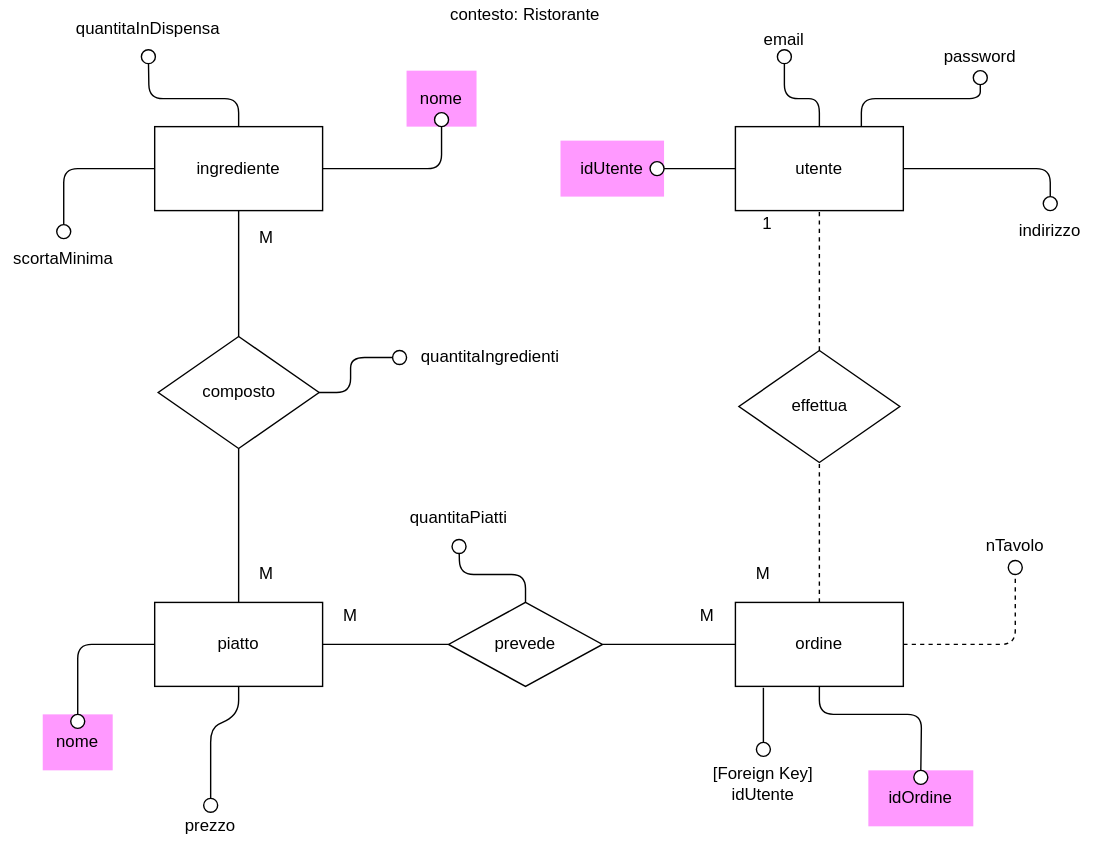
The draw.io diagram E-R_diagram.svg in Santeenee/ExamProject, before a commit. Source tidied: cells renumbered, new cells last; positions are measured from the earlier drawing's top-left corner, leaving out a move shared by most shapes.
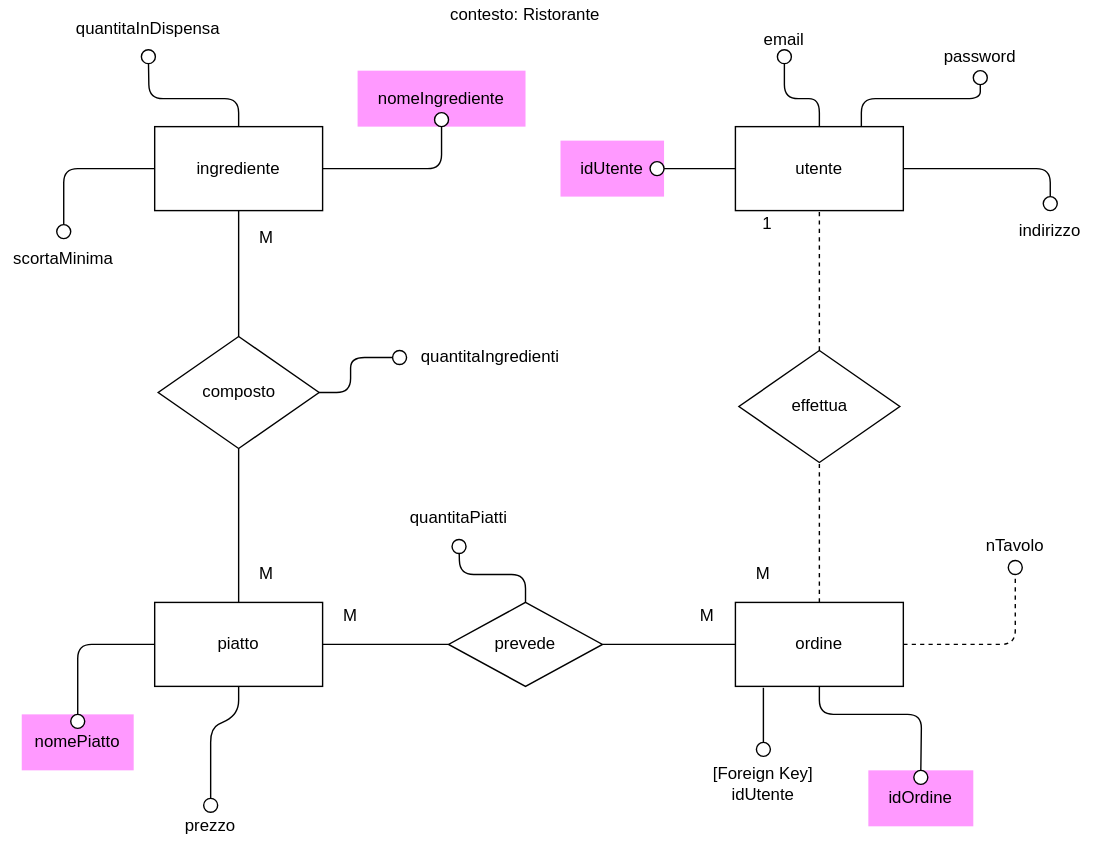
Above is the later version.

Diff of the diagram source:
```diff
@@ -32,8 +32,8 @@
     <mxCell id="11" value="quantitaIngredienti" style="text;html=1;strokeColor=none;fillColor=none;align=center;verticalAlign=middle;whiteSpace=wrap;rounded=0;" parent="1" vertex="1">
       <mxGeometry x="280" y="230" width="140" height="50" as="geometry" />
     </mxCell>
-    <mxCell id="12" value="nome" style="text;html=1;strokeColor=none;fillColor=#FF99FF;align=center;verticalAlign=middle;whiteSpace=wrap;rounded=0;" parent="1" vertex="1">
-      <mxGeometry x="30" y="510" width="50" height="40" as="geometry" />
+    <mxCell id="12" value="nomePiatto" style="text;html=1;strokeColor=none;fillColor=#FF99FF;align=center;verticalAlign=middle;whiteSpace=wrap;rounded=0;" parent="1" vertex="1">
+      <mxGeometry x="15" y="510" width="80" height="40" as="geometry" />
     </mxCell>
     <mxCell id="13" value="idOrdine" style="text;html=1;strokeColor=none;fillColor=#FF99FF;align=center;verticalAlign=middle;whiteSpace=wrap;rounded=0;" parent="1" vertex="1">
       <mxGeometry x="620" y="550" width="75" height="40" as="geometry" />
@@ -48,8 +48,8 @@
         </Array>
       </mxGeometry>
     </mxCell>
-    <mxCell id="16" value="nome" style="text;html=1;strokeColor=none;fillColor=#FF99FF;align=center;verticalAlign=middle;whiteSpace=wrap;rounded=0;" parent="1" vertex="1">
-      <mxGeometry x="290" y="50" width="50" height="40" as="geometry" />
+    <mxCell id="16" value="nomeIngrediente" style="text;html=1;strokeColor=none;fillColor=#FF99FF;align=center;verticalAlign=middle;whiteSpace=wrap;rounded=0;" parent="1" vertex="1">
+      <mxGeometry x="255" y="50" width="120" height="40" as="geometry" />
     </mxCell>
     <mxCell id="17" value="M" style="text;html=1;strokeColor=none;fillColor=none;align=center;verticalAlign=middle;whiteSpace=wrap;rounded=0;" parent="1" vertex="1">
       <mxGeometry x="170" y="400" width="40" height="20" as="geometry" />
```
